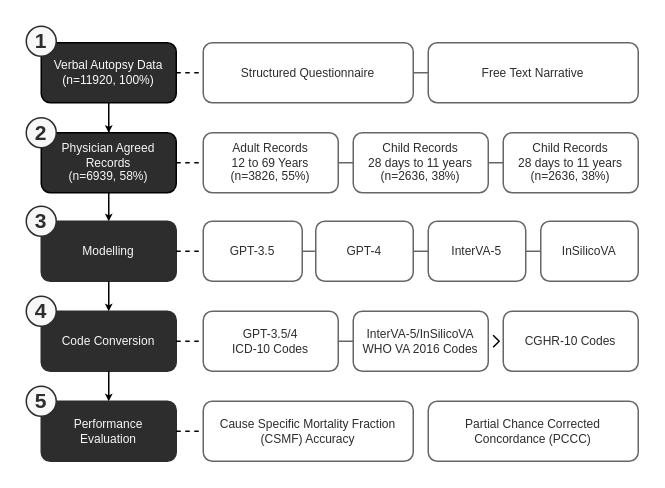
The draw.io diagram src/figures/fig-methods-brief.drawio in cghr-toronto/wen-et-al-2025-cava, before the edit. Source tidied: cells renumbered, new cells numbered last; positions are measured from the earlier drawing's top-left corner, leaving out a move shared by most shapes. Both pictures are drawn from the tidied source at 150%, with x=0, y=0 at pixel (26, 26).
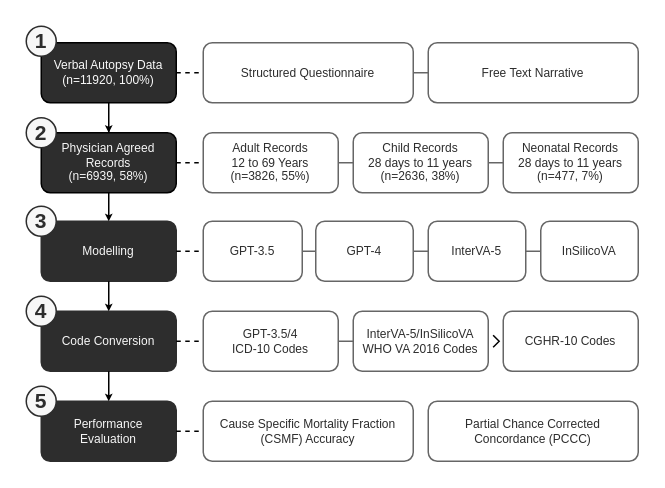
After the change.

Commit message (it also covers changes not shown here):
Add color and fix fig 1 brief methods v2

What changed in the source:
```diff
@@
-    <mxCell id="19" value="Child Records&lt;div&gt;28 days to 11 years&lt;/div&gt;&lt;div&gt;(n=2636, 38%)&lt;/div&gt;" style="rounded=1;whiteSpace=wrap;html=1;fontFamily=Arial;fontSize=8;fontStyle=0;fontColor=#2D2D2D;strokeColor=#666666;" parent="1" vertex="1">
+    <mxCell id="19" value="&lt;div&gt;Neonatal Records&lt;/div&gt;&lt;div&gt;28 days to 11 years&lt;/div&gt;&lt;div&gt;(n=477, 7%)&lt;/div&gt;" style="rounded=1;whiteSpace=wrap;html=1;fontFamily=Arial;fontSize=8;fontStyle=0;fontColor=#2D2D2D;strokeColor=#666666;" parent="1" vertex="1">
       <mxGeometry x="318" y="71" width="90" height="40" as="geometry" />
     </mxCell>
```
